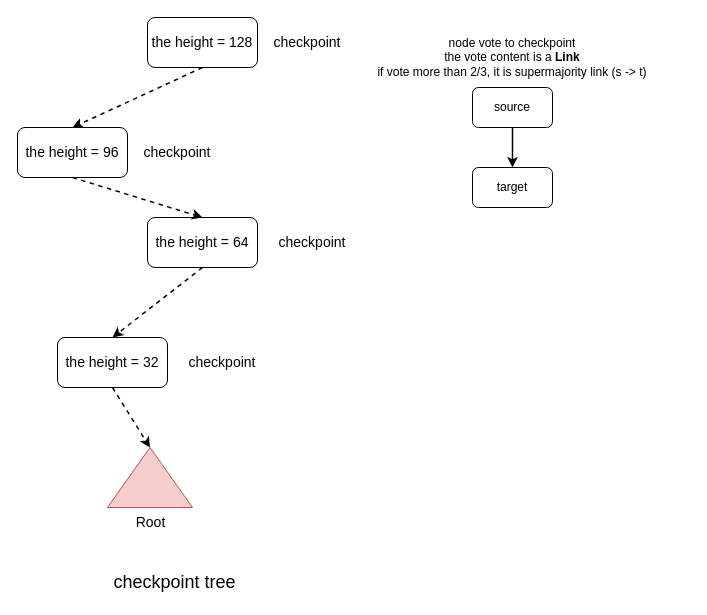
0xyicheng/a-research-diagram keeps this draw.io diagram as ethereum-research/consensus/Casper/checkpoint-tree.drawio. Above is the earlier version. Source tidied: cells renumbered, new cells numbered last; positions are measured from the earlier drawing's top-left corner, leaving out a move shared by most shapes. Both pictures are drawn from the tidied source at 100%, with x=0, y=0 at pixel (17, 17).
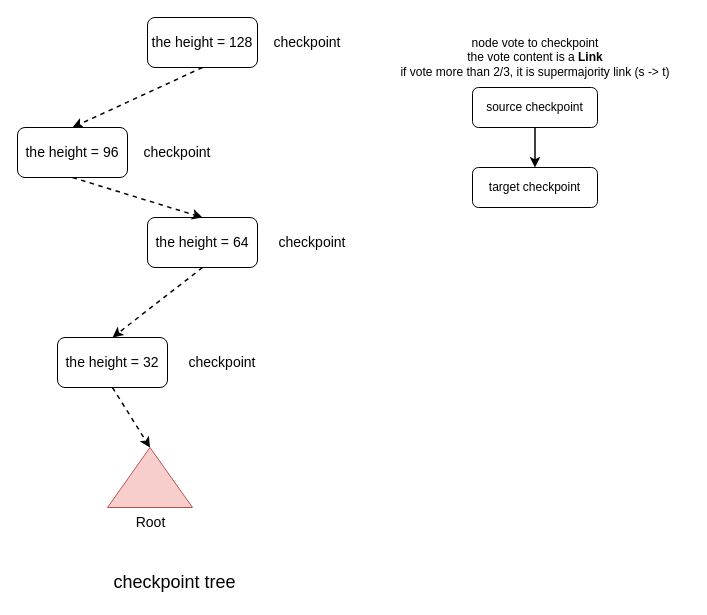
The same diagram, later.

Change to the diagram source:
```diff
@@
 <mxGraphModel>
   <root>
     <mxCell id="0" />
     <mxCell id="1" parent="0" />
     <mxCell id="2" value="&lt;font style=&quot;user-select: auto; font-size: 14px;&quot;&gt;the height = 32&lt;/font&gt;" style="rounded=1;whiteSpace=wrap;html=1;" parent="1" vertex="1">
       <mxGeometry x="40" y="320" width="110" height="50" as="geometry" />
     </mxCell>
     <mxCell id="3" value="&lt;font style=&quot;user-select: auto; font-size: 14px;&quot;&gt;the height = 64&lt;/font&gt;" style="rounded=1;whiteSpace=wrap;html=1;" parent="1" vertex="1">
       <mxGeometry x="130" y="200" width="110" height="50" as="geometry" />
     </mxCell>
     <mxCell id="4" value="&lt;font style=&quot;user-select: auto; font-size: 14px;&quot;&gt;the height = 96&lt;/font&gt;" style="rounded=1;whiteSpace=wrap;html=1;" parent="1" vertex="1">
       <mxGeometry y="110" width="110" height="50" as="geometry" />
     </mxCell>
     <mxCell id="5" value="&lt;font style=&quot;user-select: auto; font-size: 14px;&quot;&gt;the height = 128&lt;/font&gt;" style="rounded=1;whiteSpace=wrap;html=1;" parent="1" vertex="1">
       <mxGeometry x="130" width="110" height="50" as="geometry" />
     </mxCell>
     <mxCell id="6" value="Root" style="verticalLabelPosition=bottom;verticalAlign=top;html=1;shape=mxgraph.basic.acute_triangle;dx=0.5;fontSize=14;fillColor=#f8cecc;strokeColor=#b85450;" parent="1" vertex="1">
       <mxGeometry x="90" y="430" width="85" height="60" as="geometry" />
     </mxCell>
     <mxCell id="7" style="endArrow=classic;html=1;rounded=0;fontSize=14;strokeWidth=1.5;entryX=0;entryY=0;entryDx=42.5;entryDy=0;dashed=1;entryPerimeter=0;exitX=0.5;exitY=1;exitDx=0;exitDy=0;" parent="1" edge="1" source="2" target="6">
       <mxGeometry relative="1" as="geometry" />
     </mxCell>
     <mxCell id="8" style="endArrow=classic;html=1;rounded=0;fontSize=14;strokeWidth=1.5;entryX=0.5;entryY=0;entryDx=0;entryDy=0;dashed=1;exitX=0.5;exitY=1;exitDx=0;exitDy=0;" parent="1" edge="1" source="3" target="2">
       <mxGeometry relative="1" as="geometry" />
     </mxCell>
     <mxCell id="9" style="endArrow=classic;html=1;rounded=0;fontSize=14;strokeWidth=1.5;entryX=0.5;entryY=0;entryDx=0;entryDy=0;dashed=1;exitX=0.5;exitY=1;exitDx=0;exitDy=0;" parent="1" edge="1" source="4" target="3">
       <mxGeometry relative="1" as="geometry" />
     </mxCell>
     <mxCell id="10" style="endArrow=classic;html=1;rounded=0;fontSize=14;strokeWidth=1.5;entryX=0.5;entryY=0;entryDx=0;entryDy=0;dashed=1;exitX=0.5;exitY=1;exitDx=0;exitDy=0;" parent="1" edge="1" source="5" target="4">
       <mxGeometry relative="1" as="geometry" />
     </mxCell>
     <mxCell id="11" value="&lt;font style=&quot;user-select: auto; font-size: 14px;&quot;&gt;checkpoint&lt;/font&gt;" style="text;html=1;strokeColor=none;fillColor=none;align=center;verticalAlign=middle;whiteSpace=wrap;rounded=0;fontSize=14;" parent="1" vertex="1">
       <mxGeometry x="175" y="330" width="60" height="30" as="geometry" />
     </mxCell>
     <mxCell id="12" value="&lt;font style=&quot;user-select: auto; font-size: 18px;&quot;&gt;checkpoint tree&lt;/font&gt;" style="text;html=1;strokeColor=none;fillColor=none;align=center;verticalAlign=middle;whiteSpace=wrap;rounded=0;fontSize=14;" parent="1" vertex="1">
       <mxGeometry x="65" y="550" width="185" height="30" as="geometry" />
     </mxCell>
     <mxCell id="13" value="&lt;font style=&quot;user-select: auto; font-size: 14px;&quot;&gt;checkpoint&lt;/font&gt;" style="text;html=1;strokeColor=none;fillColor=none;align=center;verticalAlign=middle;whiteSpace=wrap;rounded=0;fontSize=14;" parent="1" vertex="1">
       <mxGeometry x="265" y="210" width="60" height="30" as="geometry" />
     </mxCell>
     <mxCell id="14" value="&lt;font style=&quot;user-select: auto; font-size: 14px;&quot;&gt;checkpoint&lt;/font&gt;" style="text;html=1;strokeColor=none;fillColor=none;align=center;verticalAlign=middle;whiteSpace=wrap;rounded=0;fontSize=14;" parent="1" vertex="1">
       <mxGeometry x="130" y="120" width="60" height="30" as="geometry" />
     </mxCell>
     <mxCell id="15" value="&lt;font style=&quot;user-select: auto; font-size: 14px;&quot;&gt;checkpoint&lt;/font&gt;" style="text;html=1;strokeColor=none;fillColor=none;align=center;verticalAlign=middle;whiteSpace=wrap;rounded=0;fontSize=14;" parent="1" vertex="1">
       <mxGeometry x="260" y="10" width="60" height="30" as="geometry" />
     </mxCell>
     <mxCell id="16" value="node vote to checkpoint&lt;br style=&quot;user-select: auto;&quot;&gt;the vote content is a &lt;span style=&quot;user-select: auto;&quot;&gt;&lt;b style=&quot;user-select: auto;&quot;&gt;Link&lt;/b&gt;&lt;br style=&quot;user-select: auto;&quot;&gt;if vote more than 2/3, it is supermajority link (s -&amp;gt; t)&lt;br style=&quot;user-select: auto;&quot;&gt;&lt;/span&gt;" style="text;html=1;strokeColor=none;fillColor=none;align=center;verticalAlign=middle;whiteSpace=wrap;rounded=0;" parent="1" vertex="1">
-      <mxGeometry x="340" y="20" width="310" height="40" as="geometry" />
+      <mxGeometry x="362.5" y="20" width="310" height="40" as="geometry" />
     </mxCell>
     <mxCell id="17" style="edgeStyle=orthogonalEdgeStyle;rounded=0;jettySize=auto;html=1;entryX=0.5;entryY=0;entryDx=0;entryDy=0;strokeWidth=1.5;" parent="1" edge="1" source="18" target="19">
       <mxGeometry relative="1" as="geometry" />
     </mxCell>
-    <mxCell id="18" value="source" style="rounded=1;whiteSpace=wrap;html=1;" parent="1" vertex="1">
-      <mxGeometry x="455" y="70" width="80" height="40" as="geometry" />
+    <mxCell id="18" value="source checkpoint" style="rounded=1;whiteSpace=wrap;html=1;" parent="1" vertex="1">
+      <mxGeometry x="455" y="70" width="125" height="40" as="geometry" />
     </mxCell>
-    <mxCell id="19" value="target" style="rounded=1;whiteSpace=wrap;html=1;" parent="1" vertex="1">
-      <mxGeometry x="455" y="150" width="80" height="40" as="geometry" />
+    <mxCell id="19" value="target checkpoint" style="rounded=1;whiteSpace=wrap;html=1;" parent="1" vertex="1">
+      <mxGeometry x="455" y="150" width="125" height="40" as="geometry" />
     </mxCell>
   </root>
 </mxGraphModel>
```
